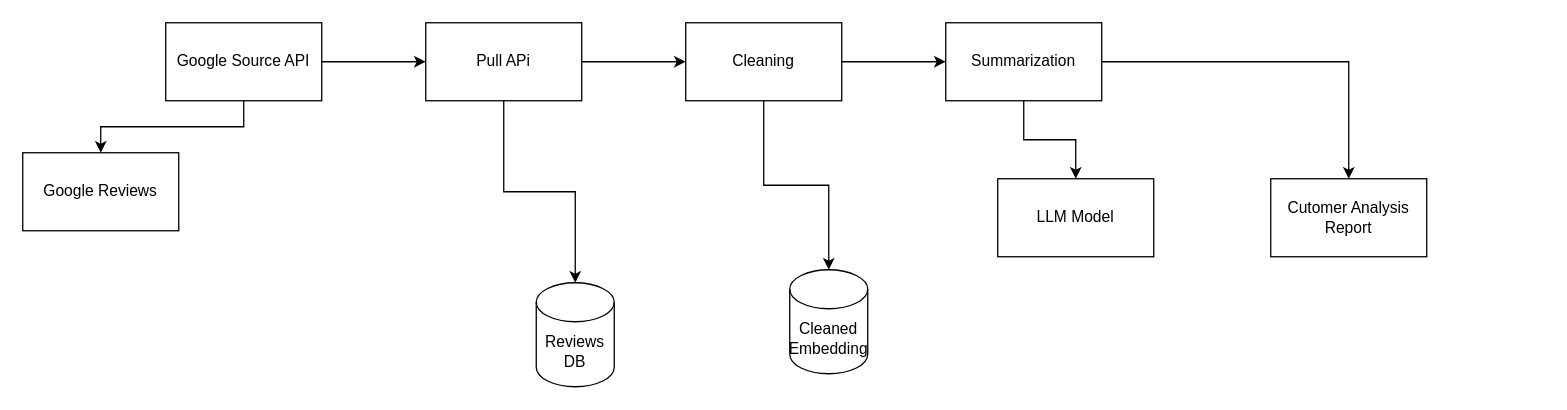
Before: auto_voc.drawio in saby2184/LLM_POC, a draw.io diagram. Source tidied: cells renumbered, new cells numbered last; positions are measured from the earlier drawing's top-left corner, leaving out a move shared by most shapes. Both pictures are drawn from the tidied source at 130%, with x=0, y=0 at pixel (22, 22).
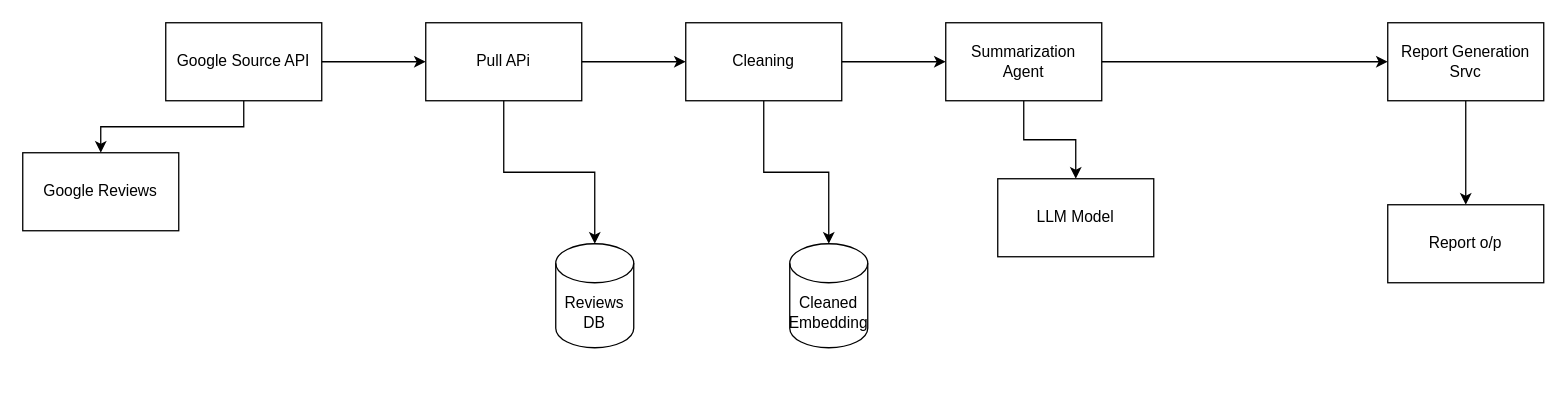
The same page after the edit.

Diff of the diagram source:
```diff
@@
     <mxCell id="8" value="Reviews DB" style="shape=cylinder3;whiteSpace=wrap;html=1;boundedLbl=1;backgroundOutline=1;size=15;" parent="1" vertex="1">
-      <mxGeometry x="395" y="200" width="60" height="80" as="geometry" />
+      <mxGeometry x="410" y="170" width="60" height="80" as="geometry" />
     </mxCell>
@@
-    <mxCell id="15" value="Summarization" style="rounded=0;whiteSpace=wrap;html=1;" parent="1" vertex="1">
+    <mxCell id="15" value="Summarization&lt;div&gt;Agent&lt;/div&gt;" style="rounded=0;whiteSpace=wrap;html=1;" parent="1" vertex="1">
       <mxGeometry x="710" width="120" height="60" as="geometry" />
     </mxCell>
+    <mxCell id="19" style="edgeStyle=orthogonalEdgeStyle;rounded=0;jettySize=auto;html=1;" parent="1" edge="1" source="16" target="20">
+      <mxGeometry relative="1" as="geometry" />
+    </mxCell>
-    <mxCell id="16" value="&lt;div&gt;Cutomer Analysis&lt;/div&gt;Report" style="rounded=0;whiteSpace=wrap;html=1;" parent="1" vertex="1">
-      <mxGeometry x="960" y="120" width="120" height="60" as="geometry" />
+    <mxCell id="16" value="Report Generation&lt;div&gt;&lt;/div&gt;&lt;div&gt;Srvc&lt;/div&gt;" style="rounded=0;whiteSpace=wrap;html=1;" parent="1" vertex="1">
+      <mxGeometry x="1050" width="120" height="60" as="geometry" />
     </mxCell>
     <mxCell id="17" value="Cleaned Embedding" style="shape=cylinder3;whiteSpace=wrap;html=1;boundedLbl=1;backgroundOutline=1;size=15;" parent="1" vertex="1">
-      <mxGeometry x="590" y="190" width="60" height="80" as="geometry" />
+      <mxGeometry x="590" y="170" width="60" height="80" as="geometry" />
     </mxCell>
@@
+    <mxCell id="20" value="Report o/p" style="rounded=0;whiteSpace=wrap;html=1;" parent="1" vertex="1">
+      <mxGeometry x="1050" y="140" width="120" height="60" as="geometry" />
+    </mxCell>
```
